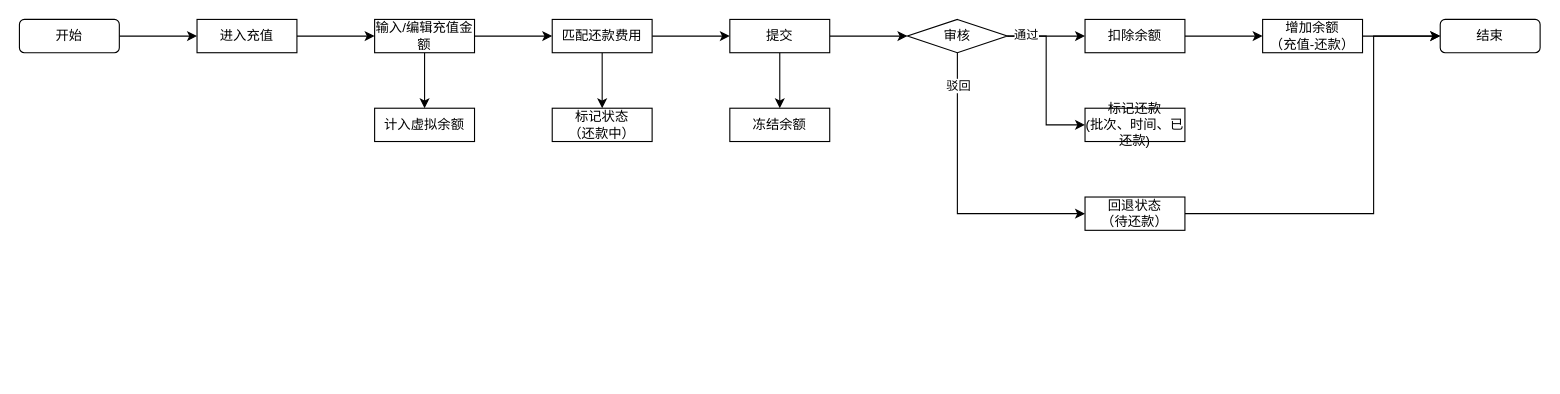
This is 未命名绘图.drawio from zskcrazy/-flow-chart, a draw.io file, before an edit. Source tidied: cells renumbered, new cells numbered last; positions are measured from the earlier drawing's top-left corner, leaving out a move shared by most shapes. Both pictures are drawn from the tidied source at 111%, with x=0, y=0 at pixel (19, 19).
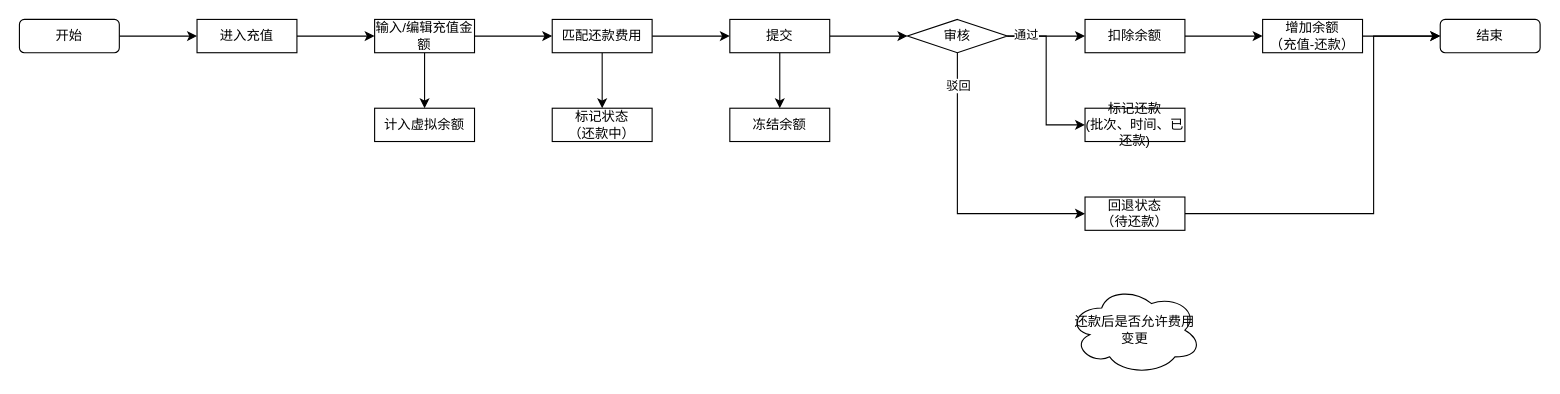
The same diagram, later.

Commit message:
更新未命名绘图.drawio

Change to the diagram source:
```diff
@@
+    <mxCell id="32" value="还款后是否允许费用变更" style="ellipse;shape=cloud;whiteSpace=wrap;html=1;" parent="1" vertex="1">
+      <mxGeometry x="945" y="240" width="120" height="80" as="geometry" />
+    </mxCell>
```
